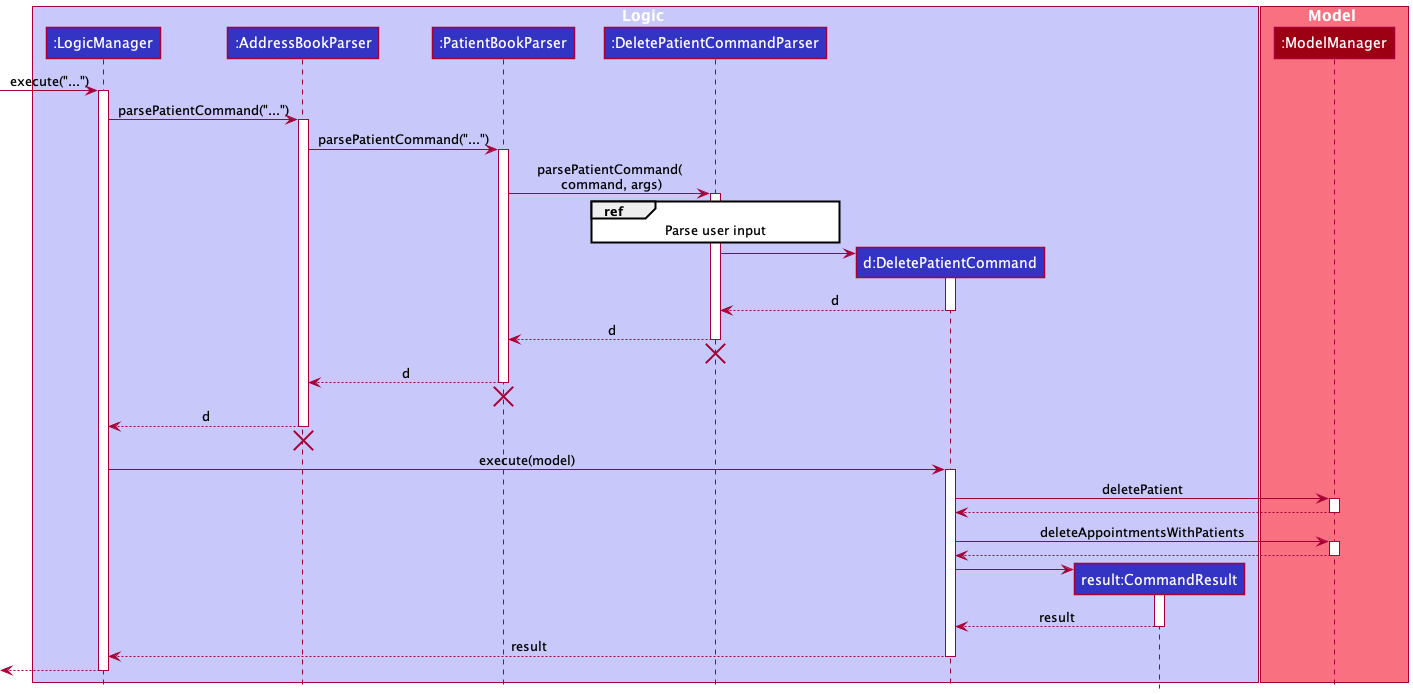
The PlantUML diagram docs/diagrams/DeletePatientFeatureSequenceDiagram.png in AY2122S1-CS2103-W14-1/tp, before a commit.
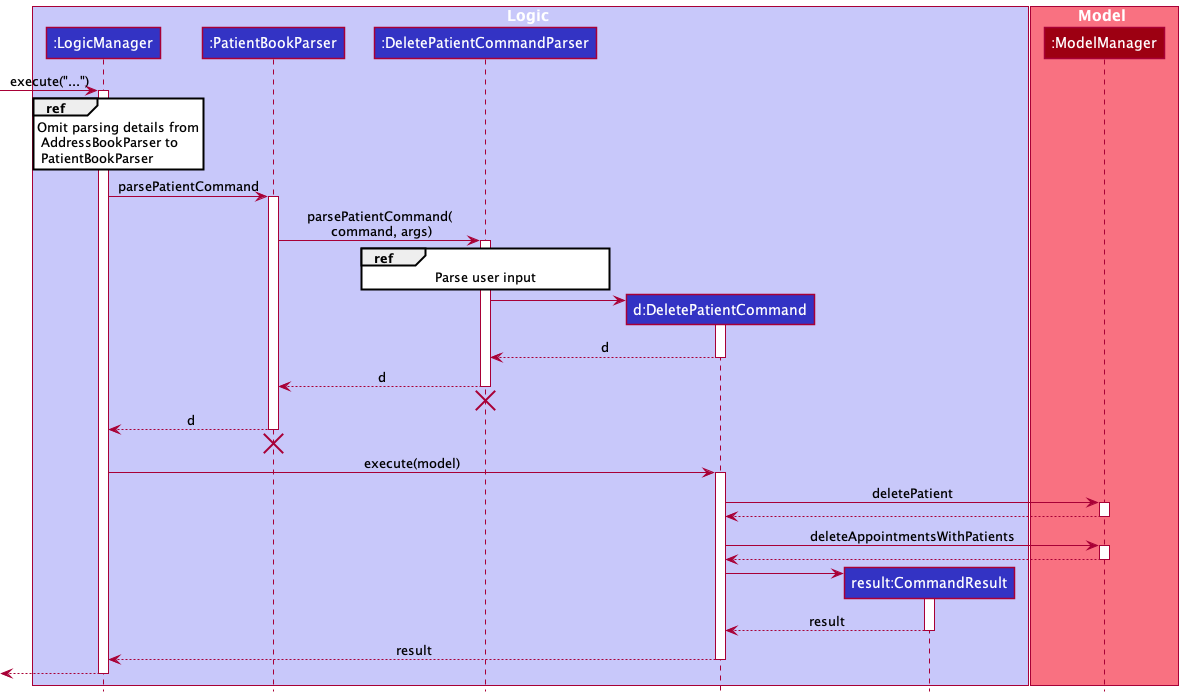
The same file after the commit.

Commit message:
Change Devguide sequence diagrams

Change to the diagram source:
```diff
@@ -3,7 +3,6 @@
 
 box Logic LOGIC_COLOR_T1
 participant ":LogicManager" as LogicManager LOGIC_COLOR
-participant ":AddressBookParser" as AddressBookParser LOGIC_COLOR
 participant ":PatientBookParser" as PatientBookParser LOGIC_COLOR
 participant ":DeletePatientCommandParser" as DeletePatientCommandParser LOGIC_COLOR
 participant "d:DeletePatientCommand" as DeletePatientCommand LOGIC_COLOR
@@ -17,11 +16,8 @@
 
 [-> LogicManager : execute("...")
 activate LogicManager
-
-LogicManager -> AddressBookParser : parsePatientCommand("...")
-activate AddressBookParser
-
-AddressBookParser -> PatientBookParser : parsePatientCommand("...")
+ref over LogicManager: Omit parsing details from\n AddressBookParser to\n PatientBookParser
+LogicManager -> PatientBookParser : parsePatientCommand
 activate PatientBookParser
 
 
@@ -39,19 +35,14 @@
 
 DeletePatientCommandParser --> PatientBookParser : d
 deactivate DeletePatientCommandParser
-DeletePatientCommandParser -[hidden]-> AddressBookParser
+DeletePatientCommandParser -[hidden]-> LogicManager
 destroy DeletePatientCommandParser
 
-PatientBookParser --> AddressBookParser : d
+PatientBookParser --> LogicManager : d
 deactivate PatientBookParser
-PatientBookParser -[hidden]-> AddressBookParser
+PatientBookParser -[hidden]-> LogicManager
 destroy PatientBookParser
 
-
-AddressBookParser --> LogicManager : d
-deactivate AddressBookParser
-AddressBookParser -[hidden]-> LogicManager
-destroy AddressBookParser
 
 LogicManager -> DeletePatientCommand : execute(model)
 activate DeletePatientCommand
```
